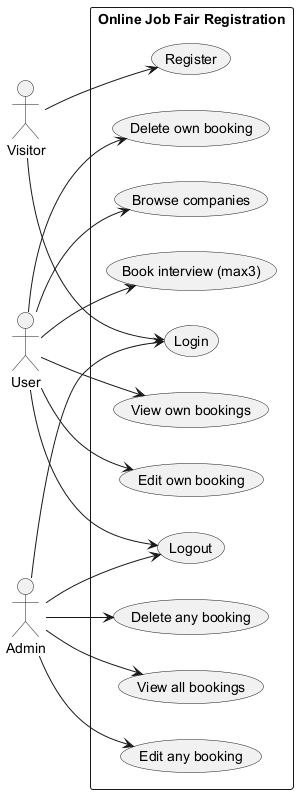
Above: docs/diagrams/use-case.png in Nesta1223/Nesta-JobFair (PlantUML), before the change. Source of this version:
```plantuml
@startuml
left to right direction
actor Visitor
actor User
actor Admin
rectangle "Online Job Fair Registration" {
usecase Register
usecase Login
usecase Logout
usecase "Browse companies" as Browse
usecase "Book interview (max3)" as Create
usecase "View own bookings" as View
usecase "Edit own booking" as Edit
usecase "Delete own booking" as Delete
usecase "View all bookings" as All
usecase "Edit any booking" as AnyEdit
usecase "Delete any booking" as AnyDelete
}
Visitor --> Register
Visitor --> Login
User --> Logout
User --> Browse
User --> Create
User --> View
User --> Edit
User --> Delete
Admin --> Login
Admin --> Logout
Admin --> All
Admin --> AnyEdit
Admin --> AnyDelete
@enduml
```
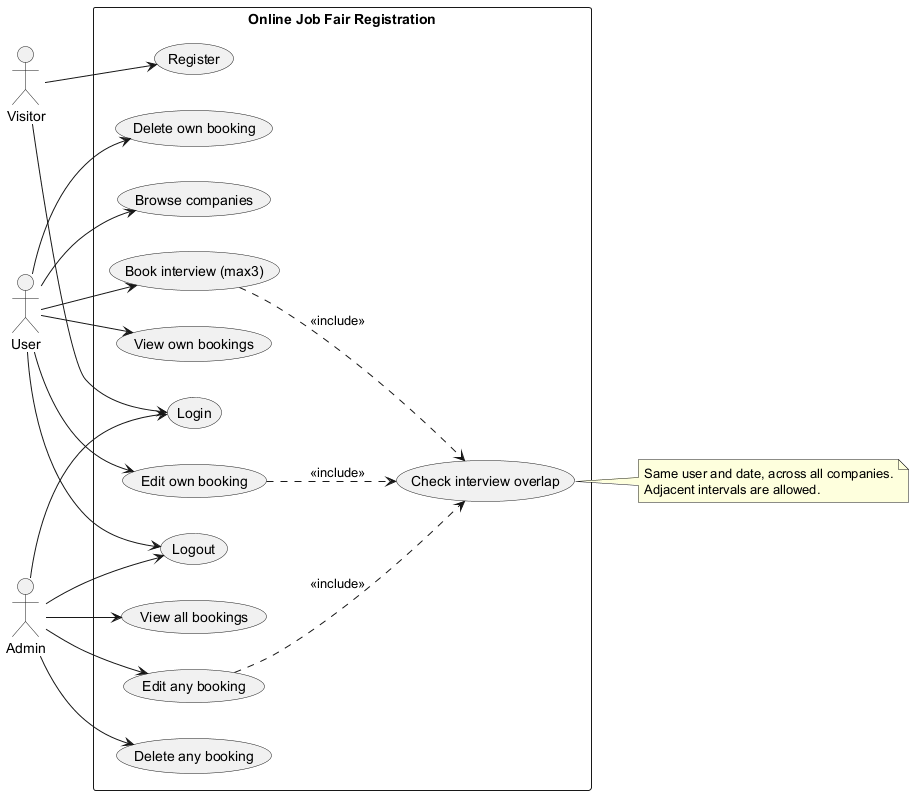
After the change.

Change to the diagram source:
```diff
@@ -15,6 +15,7 @@
 usecase "View all bookings" as All
 usecase "Edit any booking" as AnyEdit
 usecase "Delete any booking" as AnyDelete
+usecase "Check interview overlap" as Overlap
 }
 Visitor --> Register
 Visitor --> Login
@@ -29,4 +30,11 @@
 Admin --> All
 Admin --> AnyEdit
 Admin --> AnyDelete
+Create ..> Overlap : <<include>>
+Edit ..> Overlap : <<include>>
+AnyEdit ..> Overlap : <<include>>
+note right of Overlap
+Same user and date, across all companies.
+Adjacent intervals are allowed.
+end note
 @enduml
```
